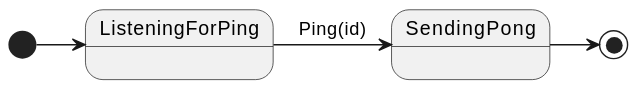
The PlantUML diagram pong.svg in peterpaul/kafka-ping-stm, before a commit.
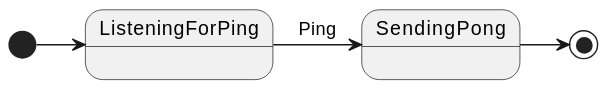
The same diagram one commit later.

Commit message:
Extract Ping and Pong messages and share between Client and Server

Diff of the diagram source:
```diff
@@ -1,5 +1,5 @@
 @startuml
 [*] -> ListeningForPing
-ListeningForPing -> SendingPong: Ping(id)
+ListeningForPing -> SendingPong: Ping
 SendingPong -> [*]
 @enduml
```
